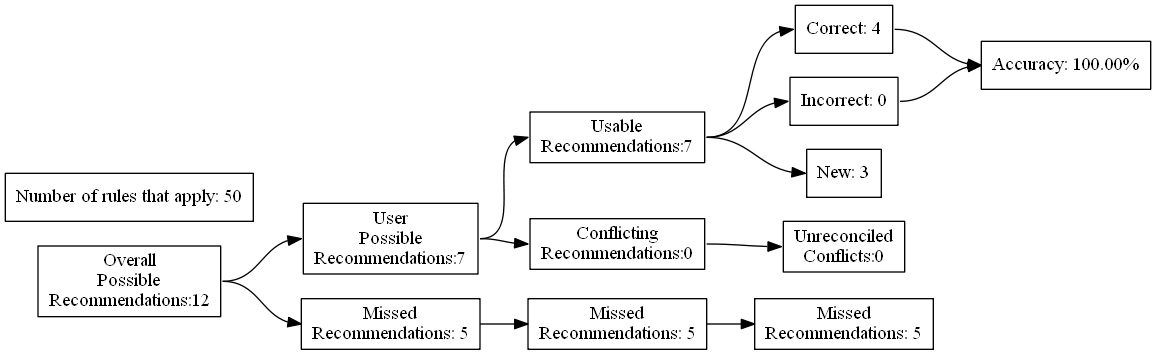
The Graphviz diagram test_renders/18.gv.png in ZaxR/ibd_diet_analysis, before a commit. Its source is kept beside it as test_renders/18.gv.
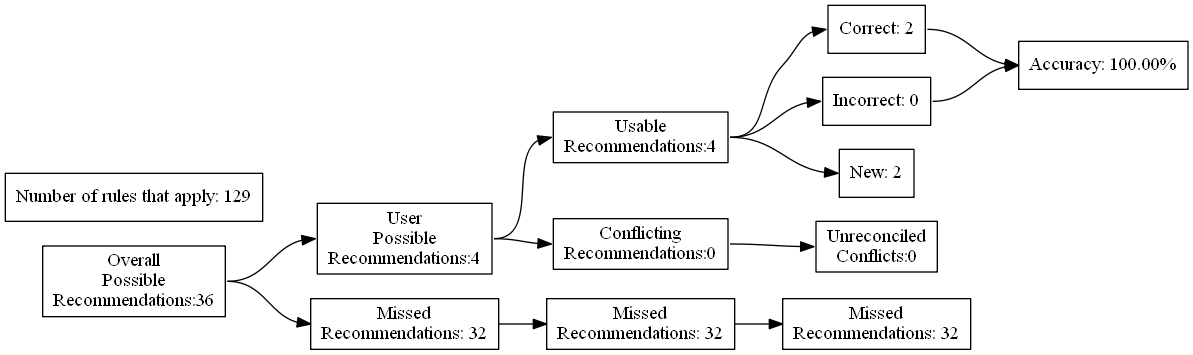
Later version of the same file.

The edit, as a diff of the source:
```diff
@@ -4,27 +4,27 @@
 	edge [headport=w tailport=e]
 		A [label="Overall
 Possible
-Recommendations:12"]
+Recommendations:36"]
 		B [label="User
 Possible
-Recommendations:7"]
+Recommendations:4"]
 		C [label="Missed
-Recommendations: 5"]
+Recommendations: 32"]
 		D [label="Usable
-Recommendations:7"]
+Recommendations:4"]
 		E [label="Conflicting
 Recommendations:0"]
 		J [label="Missed
-Recommendations: 5"]
+Recommendations: 32"]
 		M [label="Unreconciled
 Conflicts:0"]
-		F [label="Correct: 4"]
+		F [label="Correct: 2"]
 		G [label="Incorrect: 0"]
-		H [label="New: 3"]
+		H [label="New: 2"]
 		K [label="Missed
-Recommendations: 5"]
+Recommendations: 32"]
 		I [label="Accuracy: 100.00%"]
-		l [label="Number of rules that apply: 50"]
+		l [label="Number of rules that apply: 129"]
 			A -> B
 			A -> C
 			B -> D
```
